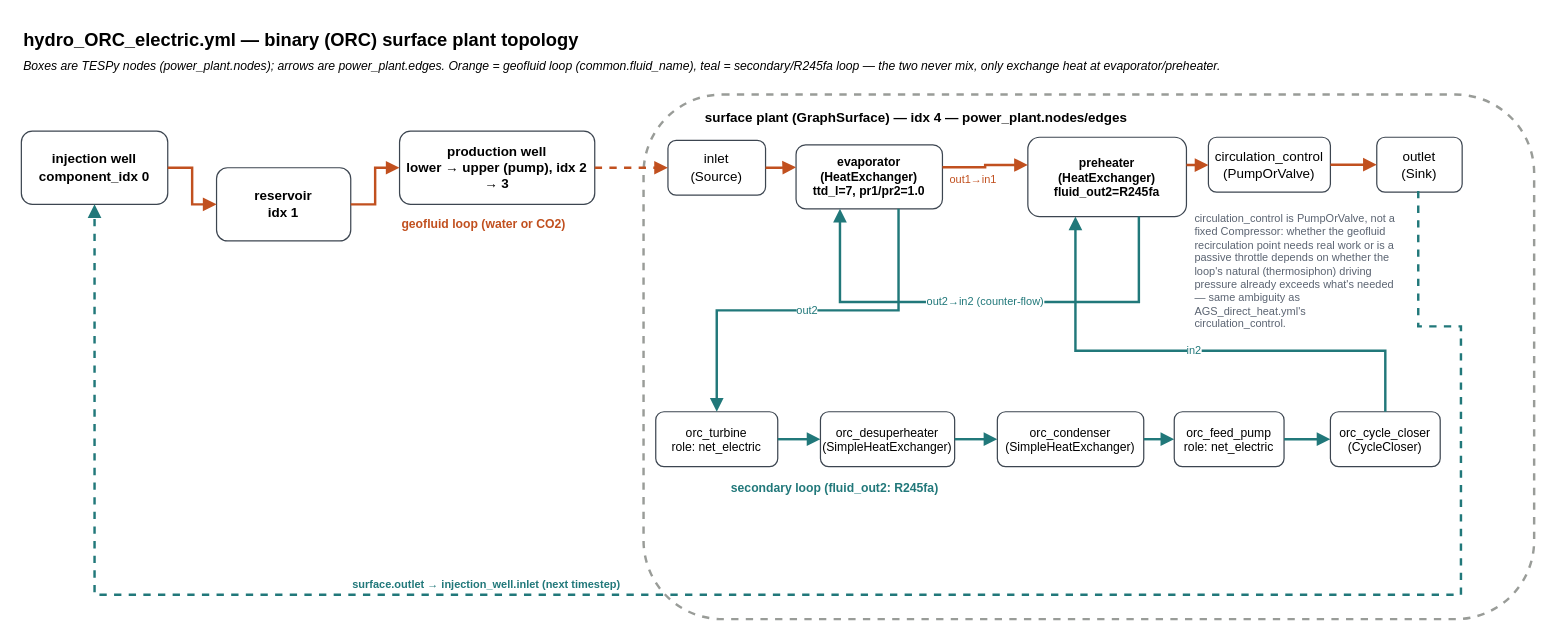
Before: docs/diagrams/src/hydro_ORC_electric_topology.drawio in GEG-ETHZ/TANGO-core, a draw.io diagram. Source tidied: cells renumbered, new cells numbered last; positions are measured from the earlier drawing's top-left corner, leaving out a move shared by most shapes. Both pictures are drawn from the tidied source at 122%, with x=0, y=0 at pixel (21, 21).
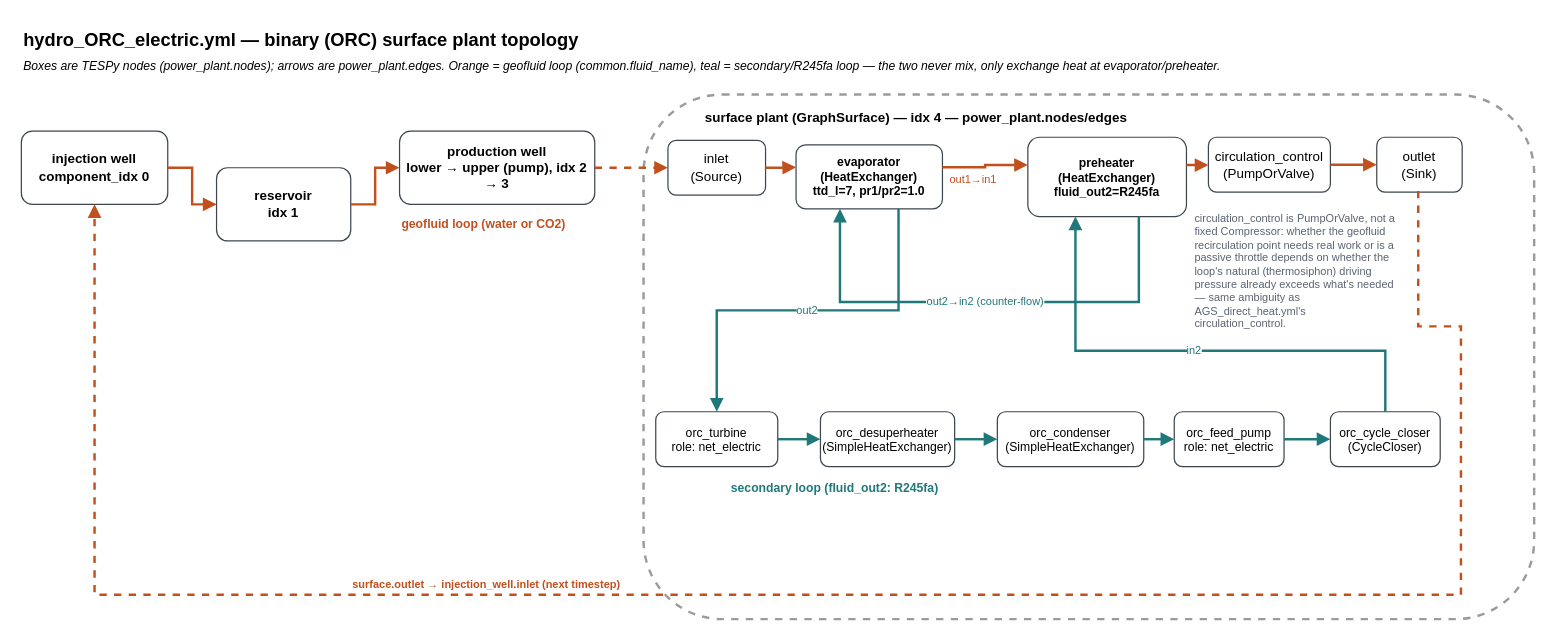
Above is the later version.

Unchanged cells that the change refers to:
```xml
<mxCell id="4" value="injection well&#10;component_idx 0" style="rounded=1;whiteSpace=wrap;html=1;fillColor=#ffffff;strokeColor=#3C4550;fontSize=11;fontStyle=1;" parent="1" vertex="1">
  <mxGeometry y="90" width="120" height="60" as="geometry" />
</mxCell>
<mxCell id="12" value="outlet&#10;(Sink)" style="rounded=1;whiteSpace=wrap;html=1;fillColor=#ffffff;strokeColor=#3C4550;fontSize=11;" parent="1" vertex="1">
  <mxGeometry x="1111" y="95" width="70" height="45" as="geometry" />
</mxCell>
```

The edit, as a diff of the source:
```diff
@@
-    <mxCell id="27" value="surface.outlet → injection_well.inlet (next timestep)" style="edgeStyle=orthogonalEdgeStyle;rounded=0;strokeColor=#21787A;dashed=1;strokeWidth=2;exitX=0.5;exitY=1;entryX=0.5;entryY=1;html=1;endArrow=block;endFill=1;fontColor=#21787A;fontStyle=1;fontSize=9;align=center;verticalAlign=bottom;" parent="1" edge="1" source="12" target="4">
+    <mxCell id="27" value="surface.outlet → injection_well.inlet (next timestep)" style="edgeStyle=orthogonalEdgeStyle;rounded=0;strokeColor=#C1501F;dashed=1;strokeWidth=2;exitX=0.5;exitY=1;entryX=0.5;entryY=1;html=1;endArrow=block;endFill=1;fontColor=#C1501F;fontStyle=1;fontSize=9;align=center;verticalAlign=bottom;" parent="1" edge="1" source="12" target="4">
       <mxGeometry x="0.29" relative="1" as="geometry">
         <Array as="points">
           <mxPoint x="1145" y="140" />
           <mxPoint x="1145" y="250" />
           <mxPoint x="1180" y="250" />
           <mxPoint x="1180" y="470" />
           <mxPoint x="60" y="470" />
         </Array>
       </mxGeometry>
     </mxCell>
```
